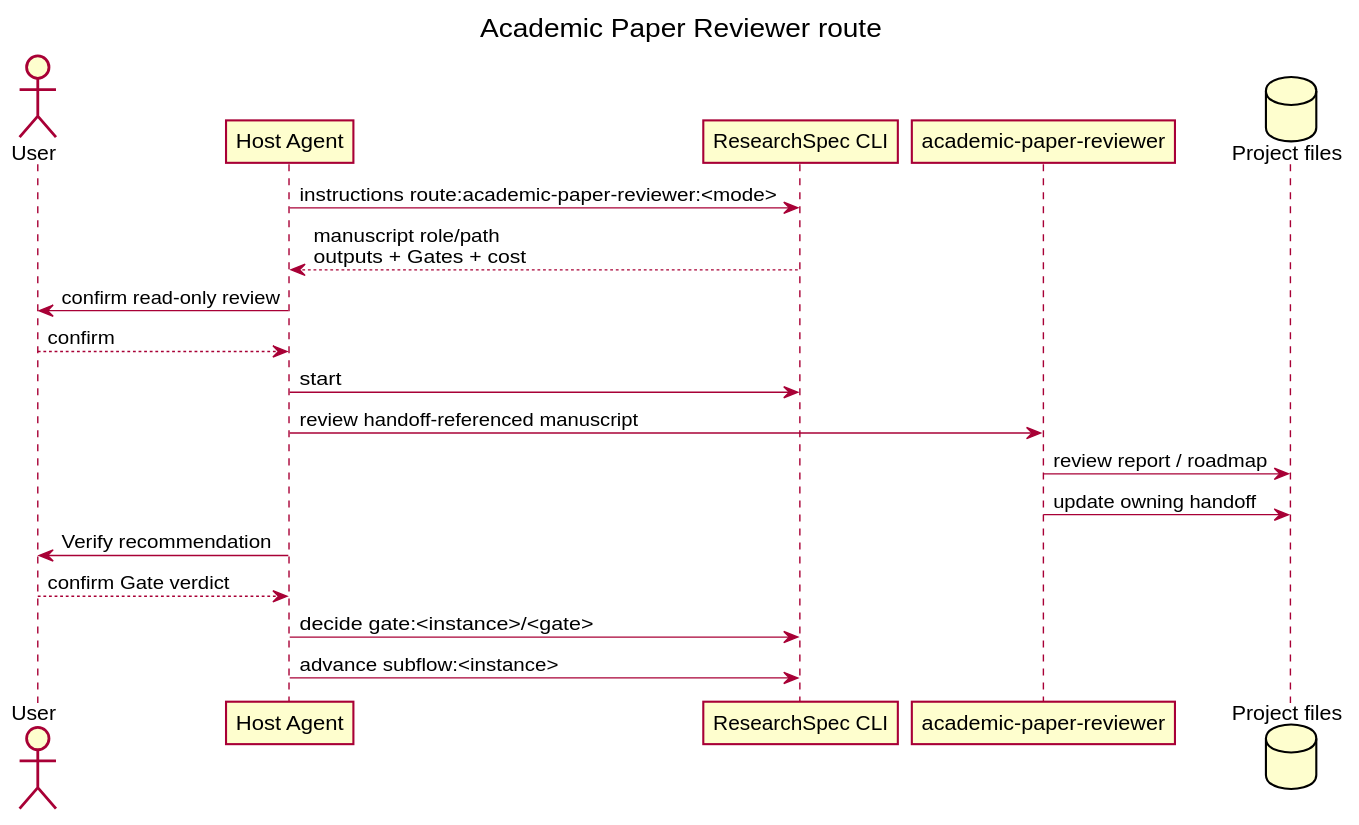
Before: docs/researchspec_arsu_runtime/diagrams/rendered/academic-paper-reviewer-workflow.svg, a diagram exported from PlantUML (leike0813/ResearchSpec). Its source is kept beside it as docs/researchspec_arsu_runtime/diagrams/src/academic-paper-reviewer-workflow.puml.
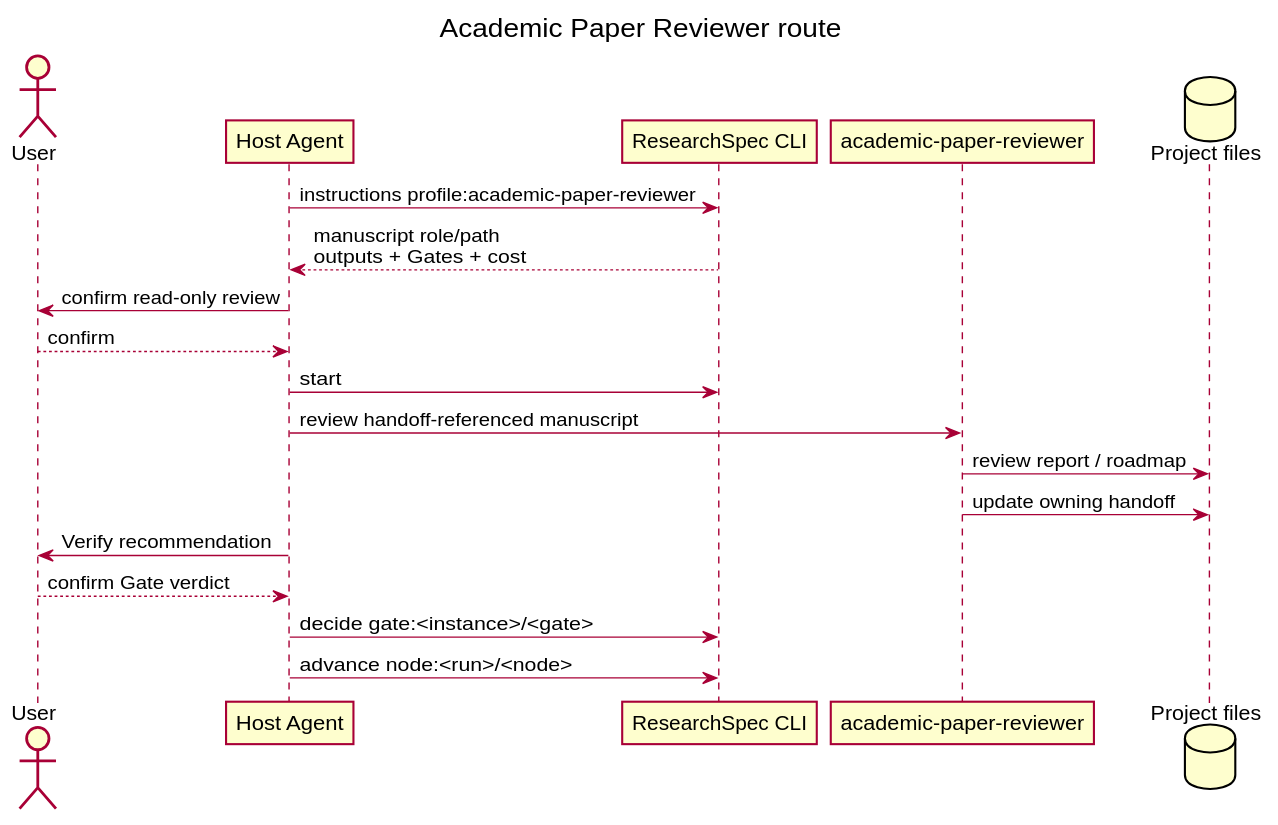
Above is the later version.

What changed in the source:
```diff
@@ -6,7 +6,7 @@
 participant "ResearchSpec CLI" as CLI
 participant "academic-paper-reviewer" as Reviewer
 database "Project files" as Files
-Agent -> CLI : instructions route:academic-paper-reviewer:<mode>
+Agent -> CLI : instructions profile:academic-paper-reviewer
 CLI --> Agent : manuscript role/path\noutputs + Gates + cost
 Agent -> User : confirm read-only review
 User --> Agent : confirm
@@ -17,5 +17,5 @@
 Agent -> User : Verify recommendation
 User --> Agent : confirm Gate verdict
 Agent -> CLI : decide gate:<instance>/<gate>
-Agent -> CLI : advance subflow:<instance>
+Agent -> CLI : advance node:<run>/<node>
 @enduml
```
